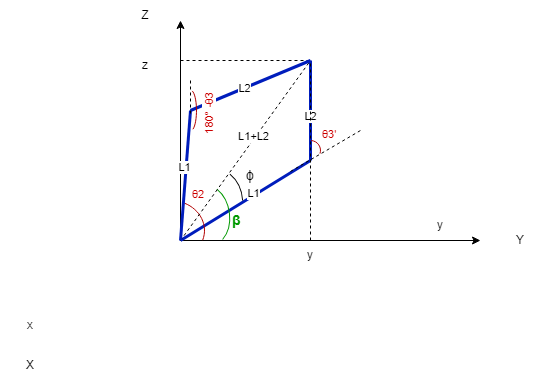
Before: Figure_11.png, a diagram exported from draw.io (MoniqueMoreira/Robotics_AB2_Part1). Source tidied: cells renumbered, new cells last; positions are measured from the earlier drawing's top-left corner, leaving out a move shared by most shapes.
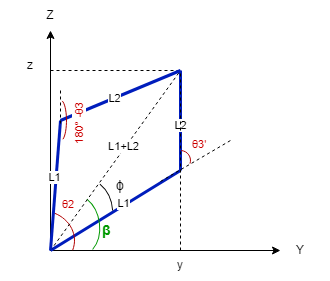
After the change.

What changed in the source:
```diff
@@ -11,7 +11,7 @@
     <mxCell id="3" style="endArrow=classic;html=1;rounded=0;" parent="1" edge="1">
       <mxGeometry relative="1" as="geometry">
         <mxPoint x="180" y="240" as="sourcePoint" />
-        <mxPoint x="480" y="240" as="targetPoint" />
+        <mxPoint x="410" y="240" as="targetPoint" />
       </mxGeometry>
     </mxCell>
     <mxCell id="4" style="endArrow=none;html=1;rounded=0;strokeWidth=3;fillColor=#0050ef;strokeColor=#001DBC;" parent="1" edge="1">
@@ -53,23 +53,14 @@
     <mxCell id="13" value="&lt;span style=&quot;font-family: arial, sans-serif; font-style: normal; font-variant-ligatures: normal; font-variant-caps: normal; font-weight: 400; letter-spacing: normal; orphans: 2; text-align: left; text-indent: 0px; text-transform: none; widows: 2; word-spacing: 0px; -webkit-text-stroke-width: 0px; background-color: rgb(255, 255, 255); text-decoration-thickness: initial; text-decoration-style: initial; text-decoration-color: initial; float: none; display: inline !important;&quot;&gt;&lt;font style=&quot;font-size: 11px;&quot; color=&quot;#cc0000&quot;&gt;θ3'&lt;br&gt;&lt;/font&gt;&lt;/span&gt;" style="text;whiteSpace=wrap;html=1;" parent="1" vertex="1">
       <mxGeometry x="320" y="120" width="20" height="10" as="geometry" />
     </mxCell>
-    <mxCell id="14" value="X" style="text;html=1;strokeColor=none;fillColor=none;align=center;verticalAlign=middle;whiteSpace=wrap;rounded=0;" parent="1" vertex="1">
-      <mxGeometry y="350" width="60" height="30" as="geometry" />
-    </mxCell>
     <mxCell id="15" value="Y" style="text;html=1;strokeColor=none;fillColor=none;align=center;verticalAlign=middle;whiteSpace=wrap;rounded=0;" parent="1" vertex="1">
-      <mxGeometry x="490" y="225" width="60" height="30" as="geometry" />
+      <mxGeometry x="400" y="225" width="60" height="30" as="geometry" />
     </mxCell>
     <mxCell id="16" value="Z" style="text;html=1;strokeColor=none;fillColor=none;align=center;verticalAlign=middle;whiteSpace=wrap;rounded=0;" parent="1" vertex="1">
-      <mxGeometry x="115" width="60" height="30" as="geometry" />
+      <mxGeometry x="150" y="-10" width="60" height="30" as="geometry" />
     </mxCell>
-    <mxCell id="17" value="x" style="text;html=1;strokeColor=none;fillColor=none;align=center;verticalAlign=middle;whiteSpace=wrap;rounded=0;" parent="1" vertex="1">
-      <mxGeometry y="310" width="60" height="30" as="geometry" />
-    </mxCell>
-    <mxCell id="18" value="y" style="text;html=1;strokeColor=none;fillColor=none;align=center;verticalAlign=middle;whiteSpace=wrap;rounded=0;" parent="1" vertex="1">
-      <mxGeometry x="410" y="210" width="60" height="30" as="geometry" />
-    </mxCell>
     <mxCell id="19" value="z" style="text;html=1;strokeColor=none;fillColor=none;align=center;verticalAlign=middle;whiteSpace=wrap;rounded=0;" parent="1" vertex="1">
-      <mxGeometry x="115" y="50" width="60" height="30" as="geometry" />
+      <mxGeometry x="130" y="40" width="60" height="30" as="geometry" />
     </mxCell>
     <mxCell id="20" style="endArrow=none;dashed=1;html=1;rounded=0;" parent="1" edge="1">
       <mxGeometry relative="1" as="geometry">
```
